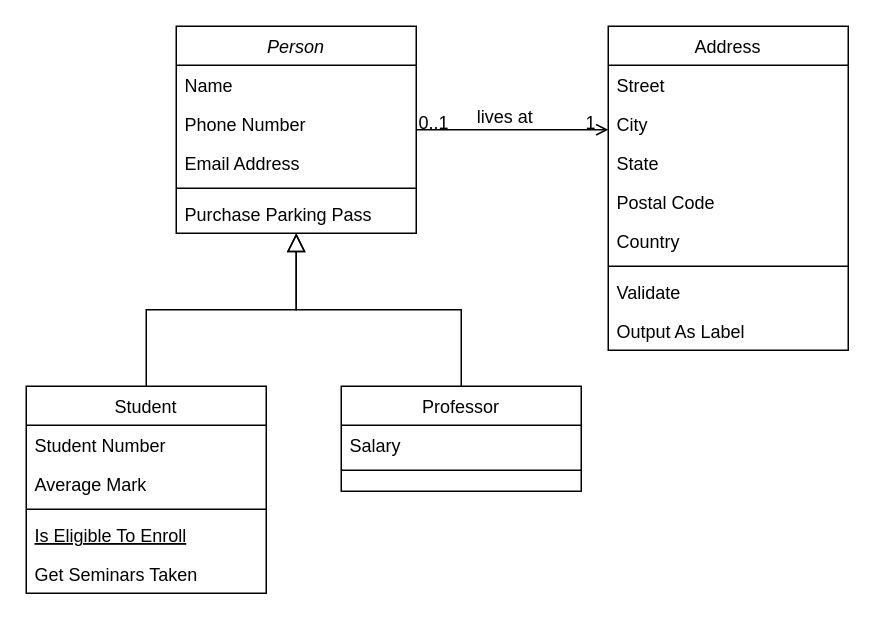
This is animation.drawio from QAQSly/QAQSly, a draw.io file, before an edit. Source tidied: cells renumbered, new cells numbered last; positions are measured from the earlier drawing's top-left corner, leaving out a move shared by most shapes. Both pictures are drawn from the tidied source at 150%, with x=0, y=0 at pixel (26, 26).
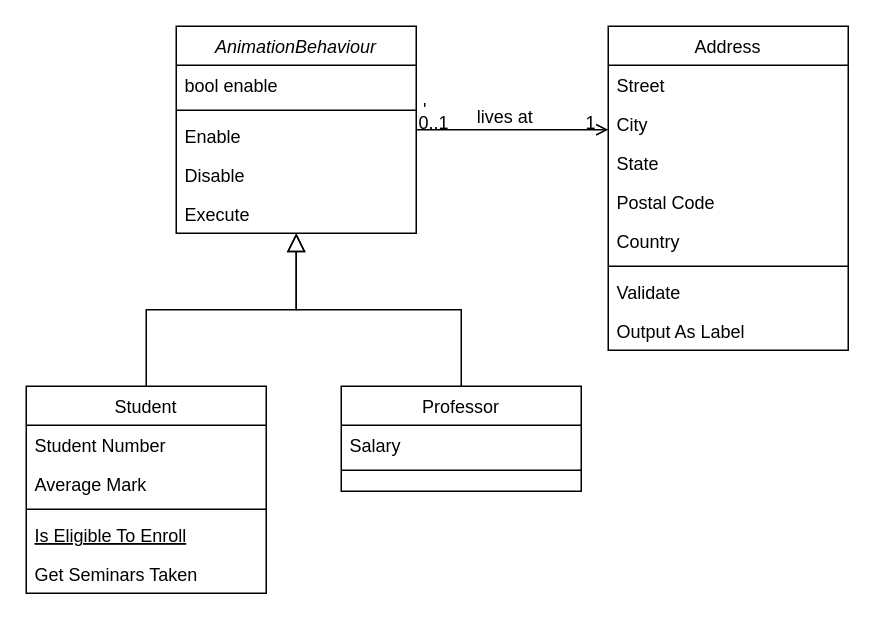
After the change.

The edit, as a diff of the source:
```diff
@@
-    <mxCell id="2" value="Person" style="swimlane;fontStyle=2;align=center;verticalAlign=top;horizontal=1;startSize=26;rounded=0;shadow=0;strokeWidth=1;" parent="1" vertex="1">
+    <mxCell id="2" value="AnimationBehaviour" style="swimlane;fontStyle=2;align=center;verticalAlign=top;horizontal=1;startSize=26;rounded=0;shadow=0;strokeWidth=1;" parent="1" vertex="1">
       <mxGeometry x="100" width="160" height="138" as="geometry" />
     </mxCell>
-    <mxCell id="3" value="Name" style="text;align=left;verticalAlign=top;spacingLeft=4;spacingRight=4;overflow=hidden;" parent="2" vertex="1">
-      <mxGeometry y="26" width="160" height="26" as="geometry" />
-    </mxCell>
-    <mxCell id="4" value="Phone Number" style="text;align=left;verticalAlign=top;spacingLeft=4;spacingRight=4;overflow=hidden;rounded=0;shadow=0;html=0;" parent="2" vertex="1">
-      <mxGeometry y="52" width="160" height="26" as="geometry" />
+    <mxCell id="4" value="bool enable" style="text;align=left;verticalAlign=top;spacingLeft=4;spacingRight=4;overflow=hidden;rounded=0;shadow=0;html=0;" parent="2" vertex="1">
+      <mxGeometry y="26" width="160" height="26" as="geometry" />
     </mxCell>
-    <mxCell id="5" value="Email Address" style="text;align=left;verticalAlign=top;spacingLeft=4;spacingRight=4;overflow=hidden;rounded=0;shadow=0;html=0;" parent="2" vertex="1">
-      <mxGeometry y="78" width="160" height="26" as="geometry" />
-    </mxCell>
-    <mxCell id="6" style="line;html=1;strokeWidth=1;align=left;verticalAlign=middle;spacingTop=-1;spacingLeft=3;spacingRight=3;labelPosition=right;" parent="2" vertex="1">
-      <mxGeometry y="104" width="160" height="8" as="geometry" />
+    <mxCell id="6" value="'" style="line;html=1;strokeWidth=1;align=left;verticalAlign=middle;spacingTop=-1;spacingLeft=3;spacingRight=3;labelPosition=right;" parent="2" vertex="1">
+      <mxGeometry y="52" width="160" height="8" as="geometry" />
     </mxCell>
-    <mxCell id="7" value="Purchase Parking Pass" style="text;align=left;verticalAlign=top;spacingLeft=4;spacingRight=4;overflow=hidden;" parent="2" vertex="1">
-      <mxGeometry y="112" width="160" height="26" as="geometry" />
+    <mxCell id="7" value="Enable&#10;" style="text;align=left;verticalAlign=top;spacingLeft=4;spacingRight=4;overflow=hidden;" parent="2" vertex="1">
+      <mxGeometry y="60" width="160" height="26" as="geometry" />
     </mxCell>
+    <mxCell id="32" value="Disable" style="text;align=left;verticalAlign=top;spacingLeft=4;spacingRight=4;overflow=hidden;" parent="2" vertex="1">
+      <mxGeometry y="86" width="160" height="26" as="geometry" />
+    </mxCell>
+    <mxCell id="33" value="Execute" style="text;align=left;verticalAlign=top;spacingLeft=4;spacingRight=4;overflow=hidden;" parent="2" vertex="1">
+      <mxGeometry y="112" width="160" height="26" as="geometry" />
+    </mxCell>
```
